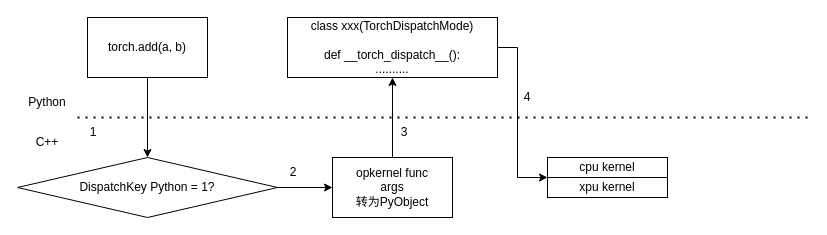
Before: dispatch.drawio in LamForest/draw.io, a draw.io diagram. Source tidied: cells renumbered, new cells numbered last; positions are measured from the earlier drawing's top-left corner, leaving out a move shared by most shapes. Both pictures are drawn from the tidied source at 100%, with x=0, y=0 at pixel (17, 17).
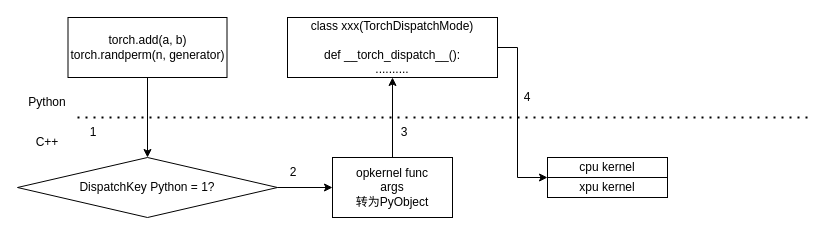
After the change.

Diff of the diagram source:
```diff
@@
-    <mxCell id="3" value="torch.add(a, b)" style="rounded=0;whiteSpace=wrap;html=1;" parent="1" vertex="1">
-      <mxGeometry x="70" width="120" height="60" as="geometry" />
+    <mxCell id="3" value="torch.add(a, b)&lt;br&gt;torch.randperm(n, generator)" style="rounded=0;whiteSpace=wrap;html=1;" parent="1" vertex="1">
+      <mxGeometry x="50.5" width="159" height="60" as="geometry" />
     </mxCell>
```
